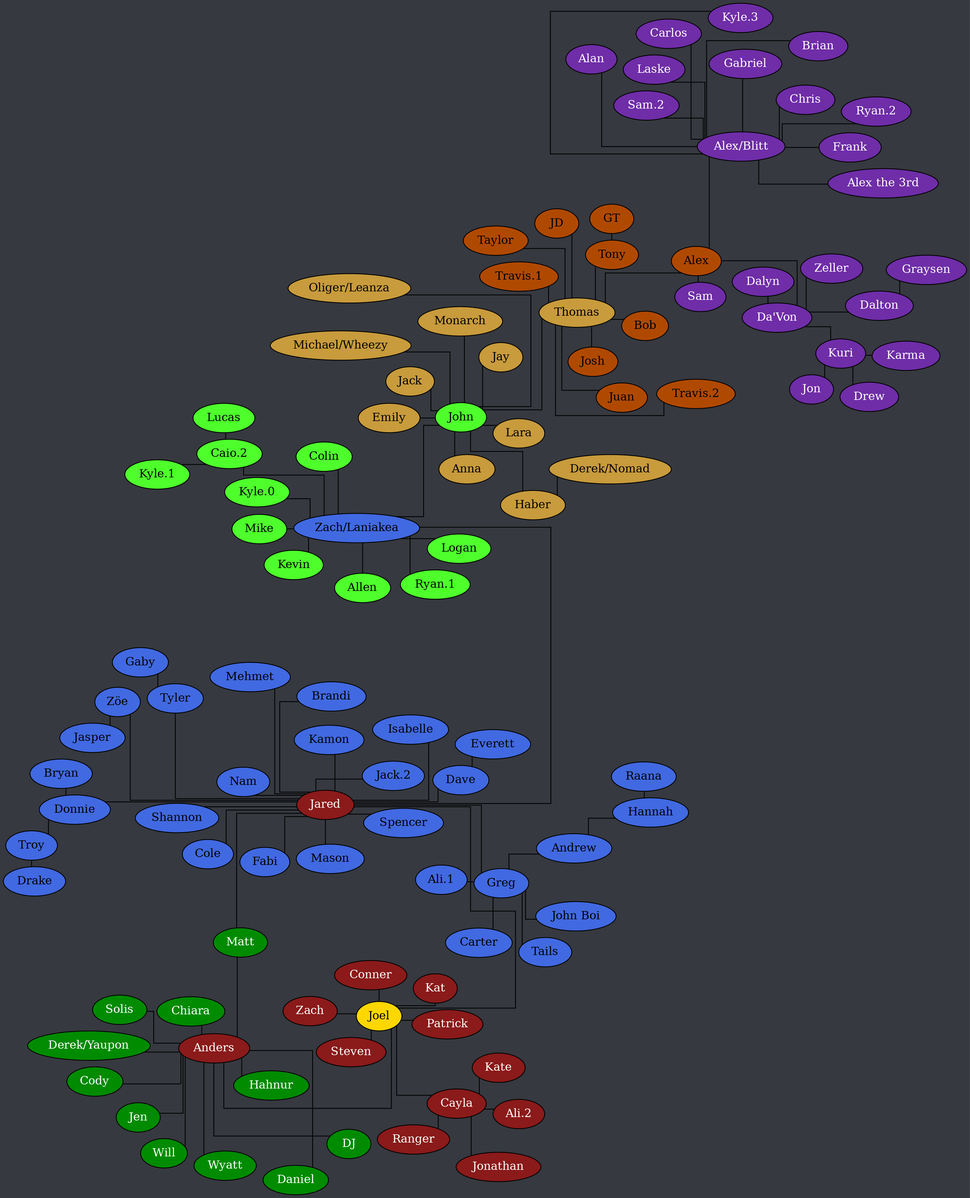
This is tree.png from Documidas/CoronaCatzFamilyTree, a Graphviz export, as it was before one commit. Its source is kept beside it as tree.dot.
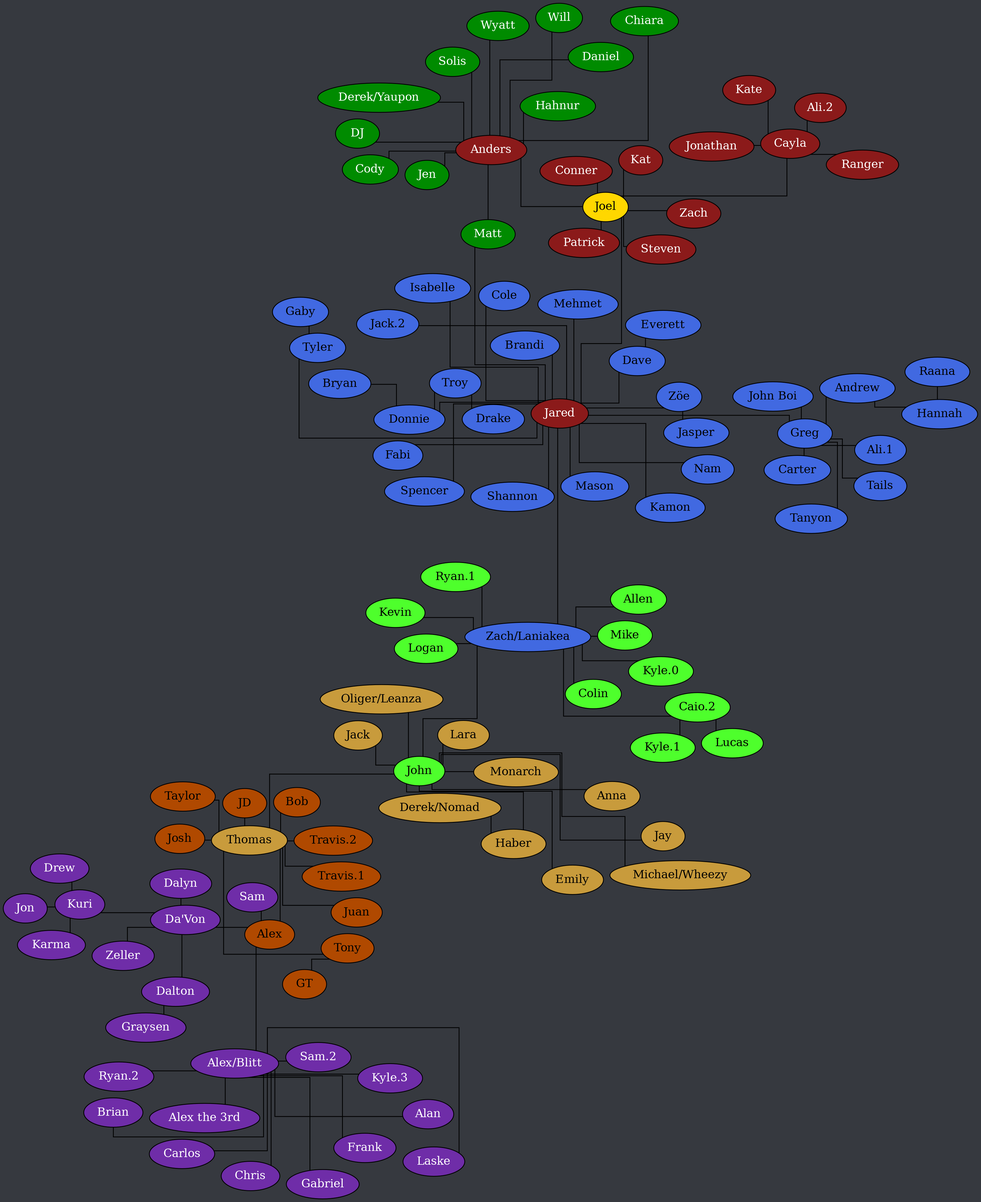
After the commit.

The edit, as a diff of the source:
```diff
@@ -57,6 +57,7 @@
 		Greg -- Carter;
 		Greg -- "John Boi";
 		Greg -- Tails;
+		Greg -- Tanyon;
 		Hannah -- Raana;
 		Jared -- Brandi;
 		Jared -- Dave;
```
